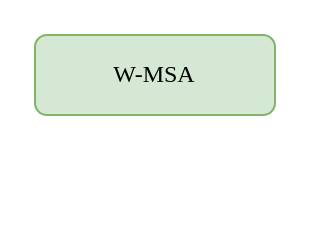
Above: page "第 4 页" (4 of 4) of 未命名绘图.drawio in zhangronghuan/liliu (draw.io), before the change. Source tidied: cells renumbered, new cells numbered last; positions are measured from the earlier drawing's top-left corner, leaving out a move shared by most shapes. Both pictures are drawn from the tidied source at 200%, with x=0, y=0 at pixel (34, 34).
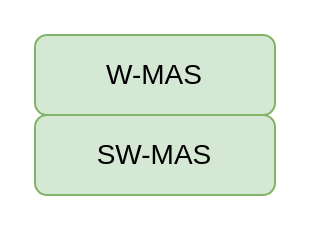
After the change.

What changed in the source:
```diff
@@
 <mxGraphModel>
   <root>
     <mxCell id="0" />
     <mxCell id="1" parent="0" />
-    <mxCell id="2" value="&lt;font face=&quot;Times New Roman&quot;&gt;W-MSA&lt;/font&gt;" style="rounded=1;whiteSpace=wrap;html=1;fillColor=#d5e8d4;strokeColor=#82b366;" parent="1" vertex="1">
+    <mxCell id="2" value="&lt;font style=&quot;font-size: 14px;&quot;&gt;W-MAS&lt;/font&gt;" style="rounded=1;whiteSpace=wrap;html=1;fillColor=#d5e8d4;strokeColor=#82b366;fontFamily=Arial;" parent="1" vertex="1">
       <mxGeometry width="120" height="40" as="geometry" />
     </mxCell>
+    <mxCell id="3" value="&lt;font style=&quot;font-size: 14px;&quot;&gt;SW-MAS&lt;/font&gt;" style="rounded=1;whiteSpace=wrap;html=1;fillColor=#d5e8d4;strokeColor=#82b366;fontFamily=Arial;" parent="1" vertex="1">
+      <mxGeometry y="40" width="120" height="40" as="geometry" />
+    </mxCell>
   </root>
 </mxGraphModel>
```
